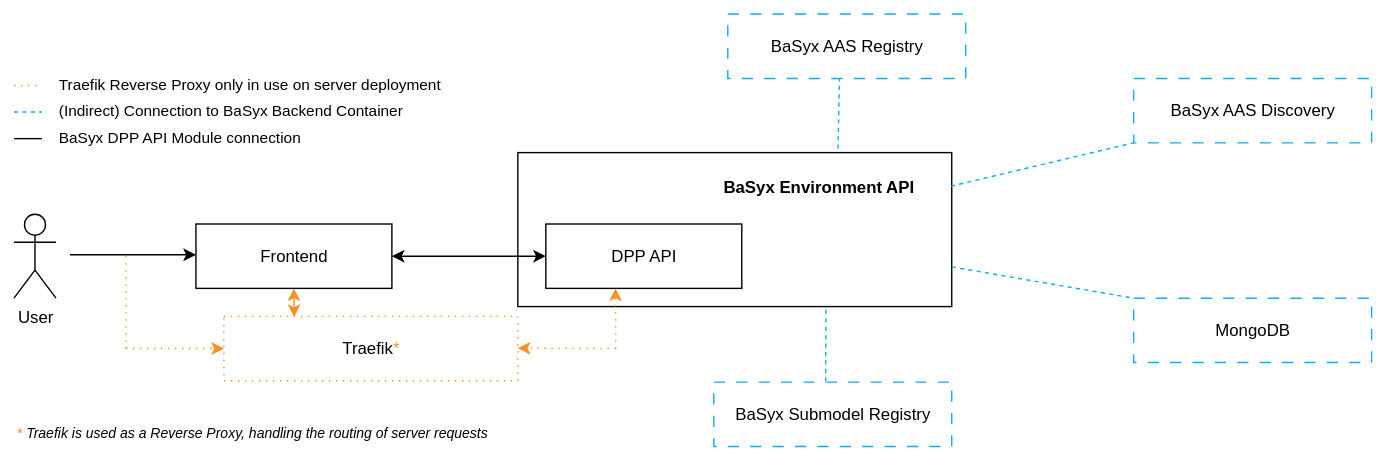
DHBW-TINF24F/Team6-BaSyx-DPP-API keeps this draw.io diagram as PROJECT/SAS/diagrams/grey-box-view/TINF24F_SAS_Team_6_Grey-Box-View_R10.drawio.svg. Above is the earlier version. Source tidied: cells renumbered, new cells last; positions are measured from the earlier drawing's top-left corner, leaving out a move shared by most shapes. The source it was exported from:
```xml
<mxGraphModel>
  <root>
    <mxCell id="0" />
    <mxCell id="1" parent="0" />
    <mxCell id="2" style="rounded=0;whiteSpace=wrap;html=1;" parent="1" vertex="1">
      <mxGeometry x="360" y="99" width="310" height="110" as="geometry" />
    </mxCell>
    <mxCell id="3" value="User" style="shape=umlActor;verticalLabelPosition=bottom;verticalAlign=top;html=1;" parent="1" vertex="1">
      <mxGeometry y="143" width="30" height="60" as="geometry" />
    </mxCell>
    <mxCell id="4" style="endArrow=classic;html=1;rounded=0;" parent="1" edge="1">
      <mxGeometry relative="1" as="geometry">
        <mxPoint x="40" y="172" as="sourcePoint" />
        <mxPoint x="130" y="172" as="targetPoint" />
      </mxGeometry>
    </mxCell>
    <mxCell id="5" value="Frontend" style="rounded=0;whiteSpace=wrap;html=1;" parent="1" vertex="1">
      <mxGeometry x="130" y="150" width="140" height="46" as="geometry" />
    </mxCell>
    <mxCell id="6" style="endArrow=classic;startArrow=classic;html=1;rounded=0;exitX=1;exitY=0.5;exitDx=0;exitDy=0;entryX=0;entryY=0.5;entryDx=0;entryDy=0;" parent="1" edge="1" source="5" target="7">
      <mxGeometry relative="1" as="geometry" />
    </mxCell>
    <mxCell id="7" value="DPP API" style="rounded=0;whiteSpace=wrap;html=1;" parent="1" vertex="1">
      <mxGeometry x="380" y="150" width="140" height="46" as="geometry" />
    </mxCell>
    <mxCell id="8" style="endArrow=none;html=1;rounded=0;shadow=0;flowAnimation=0;curved=0;jumpSize=6;dashed=1;dashPattern=1 4;strokeColor=#F59121;" parent="1" edge="1">
      <mxGeometry relative="1" as="geometry">
        <mxPoint x="80" y="239" as="sourcePoint" />
        <mxPoint x="80" y="172" as="targetPoint" />
      </mxGeometry>
    </mxCell>
    <mxCell id="9" style="endArrow=classic;html=1;rounded=0;startArrow=none;startFill=0;endFill=1;dashed=1;dashPattern=1 4;strokeColor=#F59121;" parent="1" edge="1">
      <mxGeometry relative="1" as="geometry">
        <mxPoint x="430" y="239" as="sourcePoint" />
        <mxPoint x="429.8" y="196" as="targetPoint" />
      </mxGeometry>
    </mxCell>
    <mxCell id="10" value="&lt;font style=&quot;color: rgb(0, 0, 0);&quot;&gt;Traefik&lt;/font&gt;&lt;font style=&quot;color: rgb(245, 145, 33);&quot;&gt;*&lt;/font&gt;" style="rounded=0;whiteSpace=wrap;html=1;rotation=0;dashed=1;dashPattern=1 4;strokeColor=#F59121;" parent="1" vertex="1">
      <mxGeometry x="150" y="216" width="210" height="46" as="geometry" />
    </mxCell>
    <mxCell id="11" style="endArrow=classic;html=1;rounded=0;dashed=1;dashPattern=1 4;strokeColor=#F59121;" parent="1" edge="1">
      <mxGeometry relative="1" as="geometry">
        <mxPoint x="80" y="238.9" as="sourcePoint" />
        <mxPoint x="150" y="239" as="targetPoint" />
      </mxGeometry>
    </mxCell>
    <mxCell id="12" style="endArrow=classic;html=1;rounded=0;dashed=1;dashPattern=1 4;strokeColor=#F59121;" parent="1" edge="1">
      <mxGeometry relative="1" as="geometry">
        <mxPoint x="430" y="239" as="sourcePoint" />
        <mxPoint x="360" y="238.8" as="targetPoint" />
      </mxGeometry>
    </mxCell>
    <mxCell id="13" style="endArrow=classic;startArrow=classic;html=1;rounded=0;entryX=0.5;entryY=1;entryDx=0;entryDy=0;exitX=0.239;exitY=0.01;exitDx=0;exitDy=0;exitPerimeter=0;strokeColor=#F59121;" parent="1" edge="1" source="10" target="5">
      <mxGeometry relative="1" as="geometry" />
    </mxCell>
    <mxCell id="14" style="endArrow=none;dashed=1;html=1;rounded=0;entryX=0.469;entryY=1;entryDx=0;entryDy=0;entryPerimeter=0;strokeColor=#04B1EF;exitX=0.738;exitY=-0.025;exitDx=0;exitDy=0;exitPerimeter=0;" parent="1" edge="1" source="2" target="15">
      <mxGeometry relative="1" as="geometry" />
    </mxCell>
    <mxCell id="15" value="BaSyx AAS Registry" style="rounded=0;whiteSpace=wrap;html=1;dashed=1;dashPattern=8 8;strokeColor=#04B1EF;" parent="1" vertex="1">
      <mxGeometry x="510" width="170" height="46" as="geometry" />
    </mxCell>
    <mxCell id="16" value="BaSyx AAS Discovery" style="rounded=0;whiteSpace=wrap;html=1;dashed=1;dashPattern=8 8;strokeColor=#04B1EF;" parent="1" vertex="1">
      <mxGeometry x="800" y="46" width="170" height="46" as="geometry" />
    </mxCell>
    <mxCell id="17" value="BaSyx Submodel Registry" style="rounded=0;whiteSpace=wrap;html=1;dashed=1;dashPattern=8 8;strokeColor=#04B1EF;" parent="1" vertex="1">
      <mxGeometry x="500" y="263" width="170" height="46" as="geometry" />
    </mxCell>
    <mxCell id="18" value="MongoDB" style="rounded=0;whiteSpace=wrap;html=1;dashed=1;dashPattern=8 8;strokeColor=#04B1EF;" parent="1" vertex="1">
      <mxGeometry x="800" y="203" width="170" height="46" as="geometry" />
    </mxCell>
    <mxCell id="19" style="endArrow=none;dashed=1;html=1;rounded=0;entryX=0;entryY=1;entryDx=0;entryDy=0;exitX=0.998;exitY=0.218;exitDx=0;exitDy=0;strokeColor=#04B1EF;exitPerimeter=0;" parent="1" edge="1" source="2" target="16">
      <mxGeometry relative="1" as="geometry" />
    </mxCell>
    <mxCell id="20" style="endArrow=none;dashed=1;html=1;rounded=0;entryX=0;entryY=0;entryDx=0;entryDy=0;strokeColor=#04B1EF;" parent="1" edge="1" source="2" target="18">
      <mxGeometry relative="1" as="geometry" />
    </mxCell>
    <mxCell id="21" style="endArrow=none;dashed=1;html=1;rounded=0;entryX=0.47;entryY=-0.011;entryDx=0;entryDy=0;exitX=0.71;exitY=1.022;exitDx=0;exitDy=0;entryPerimeter=0;exitPerimeter=0;strokeColor=#04B1EF;" parent="1" edge="1" source="2" target="17">
      <mxGeometry relative="1" as="geometry" />
    </mxCell>
    <mxCell id="22" style="group;" parent="1" vertex="1">
      <mxGeometry y="59" width="280" height="20" as="geometry" />
    </mxCell>
    <mxCell id="23" style="endArrow=none;dashed=1;html=1;rounded=0;strokeColor=#04B1EF;" parent="22" edge="1">
      <mxGeometry relative="1" as="geometry">
        <mxPoint y="11" as="sourcePoint" />
        <mxPoint x="20" y="11" as="targetPoint" />
      </mxGeometry>
    </mxCell>
    <mxCell id="24" value="(Indirect) Connection to BaSyx Backend Container" style="text;html=1;whiteSpace=wrap;strokeColor=none;fillColor=none;align=left;verticalAlign=middle;rounded=0;fontSize=11;" parent="22" vertex="1">
      <mxGeometry x="30" width="250" height="20" as="geometry" />
    </mxCell>
    <mxCell id="25" style="group;" parent="1" vertex="1">
      <mxGeometry y="78" width="320" height="20" as="geometry" />
    </mxCell>
    <mxCell id="26" style="endArrow=none;html=1;rounded=0;" parent="25" edge="1">
      <mxGeometry relative="1" as="geometry">
        <mxPoint y="11" as="sourcePoint" />
        <mxPoint x="20" y="11" as="targetPoint" />
      </mxGeometry>
    </mxCell>
    <mxCell id="27" value="BaSyx DPP API Module connection" style="text;html=1;whiteSpace=wrap;strokeColor=none;fillColor=none;align=left;verticalAlign=middle;rounded=0;fontSize=11;" parent="25" vertex="1">
      <mxGeometry x="30" width="290" height="20" as="geometry" />
    </mxCell>
    <mxCell id="28" value="&lt;i&gt;&lt;font style=&quot;color: rgb(245, 145, 33);&quot;&gt;*&lt;/font&gt; Traefik is used as a Reverse Proxy, handling the routing of server requests&lt;/i&gt;" style="text;html=1;whiteSpace=wrap;strokeColor=none;fillColor=none;align=left;verticalAlign=middle;rounded=0;fontSize=10;" parent="1" vertex="1">
      <mxGeometry y="289" width="380" height="20" as="geometry" />
    </mxCell>
    <mxCell id="29" style="group;" parent="1" vertex="1">
      <mxGeometry y="40" width="310" height="20" as="geometry" />
    </mxCell>
    <mxCell id="30" style="endArrow=none;dashed=1;html=1;rounded=0;dashPattern=1 4;strokeColor=#F59121;" parent="29" edge="1">
      <mxGeometry relative="1" as="geometry">
        <mxPoint y="11" as="sourcePoint" />
        <mxPoint x="20" y="11" as="targetPoint" />
      </mxGeometry>
    </mxCell>
    <mxCell id="31" value="Traefik Reverse Proxy only in use on server deployment" style="text;html=1;whiteSpace=wrap;strokeColor=none;fillColor=none;align=left;verticalAlign=middle;rounded=0;fontSize=11;" parent="29" vertex="1">
      <mxGeometry x="30" width="280" height="20" as="geometry" />
    </mxCell>
    <mxCell id="32" value="BaSyx Environment API" style="text;html=1;whiteSpace=wrap;strokeColor=none;fillColor=none;align=center;verticalAlign=middle;rounded=0;fontStyle=1;" parent="1" vertex="1">
      <mxGeometry x="490" y="109" width="170" height="30" as="geometry" />
    </mxCell>
  </root>
</mxGraphModel>
```
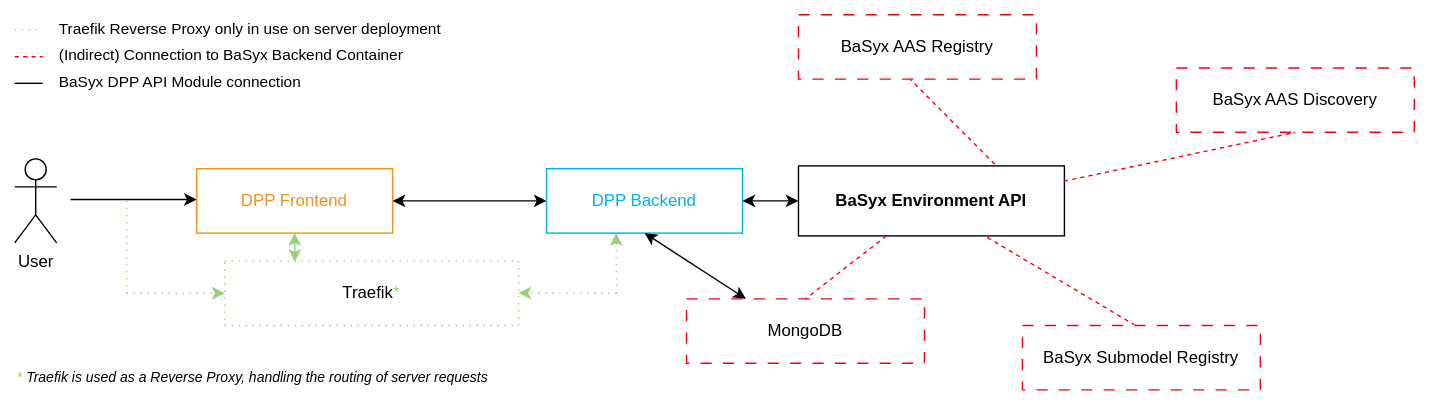
The same diagram one commit later.

Change to the diagram source:
```diff
@@ -3,7 +3,7 @@
     <mxCell id="0" />
     <mxCell id="1" parent="0" />
     <mxCell id="2" style="rounded=0;whiteSpace=wrap;html=1;" parent="1" vertex="1">
-      <mxGeometry x="360" y="99" width="310" height="110" as="geometry" />
+      <mxGeometry x="560" y="148" width="190" height="50" as="geometry" />
     </mxCell>
     <mxCell id="3" value="User" style="shape=umlActor;verticalLabelPosition=bottom;verticalAlign=top;html=1;" parent="1" vertex="1">
       <mxGeometry y="143" width="30" height="60" as="geometry" />
@@ -14,73 +14,73 @@
         <mxPoint x="130" y="172" as="targetPoint" />
       </mxGeometry>
     </mxCell>
-    <mxCell id="5" value="Frontend" style="rounded=0;whiteSpace=wrap;html=1;" parent="1" vertex="1">
+    <mxCell id="5" value="&lt;font style=&quot;color: rgb(245, 145, 33);&quot;&gt;DPP Frontend&lt;/font&gt;" style="rounded=0;whiteSpace=wrap;html=1;strokeColor=#F59121;" parent="1" vertex="1">
       <mxGeometry x="130" y="150" width="140" height="46" as="geometry" />
     </mxCell>
     <mxCell id="6" style="endArrow=classic;startArrow=classic;html=1;rounded=0;exitX=1;exitY=0.5;exitDx=0;exitDy=0;entryX=0;entryY=0.5;entryDx=0;entryDy=0;" parent="1" edge="1" source="5" target="7">
       <mxGeometry relative="1" as="geometry" />
     </mxCell>
-    <mxCell id="7" value="DPP API" style="rounded=0;whiteSpace=wrap;html=1;" parent="1" vertex="1">
+    <mxCell id="7" value="&lt;font style=&quot;color: rgb(4, 177, 239);&quot;&gt;DPP Backend&lt;/font&gt;" style="rounded=0;whiteSpace=wrap;html=1;strokeColor=#04B1EF;" parent="1" vertex="1">
       <mxGeometry x="380" y="150" width="140" height="46" as="geometry" />
     </mxCell>
-    <mxCell id="8" style="endArrow=none;html=1;rounded=0;shadow=0;flowAnimation=0;curved=0;jumpSize=6;dashed=1;dashPattern=1 4;strokeColor=#F59121;" parent="1" edge="1">
+    <mxCell id="8" style="endArrow=none;html=1;rounded=0;shadow=0;flowAnimation=0;curved=0;jumpSize=6;dashed=1;dashPattern=1 4;strokeColor=#97D077;" parent="1" edge="1">
       <mxGeometry relative="1" as="geometry">
         <mxPoint x="80" y="239" as="sourcePoint" />
         <mxPoint x="80" y="172" as="targetPoint" />
       </mxGeometry>
     </mxCell>
-    <mxCell id="9" style="endArrow=classic;html=1;rounded=0;startArrow=none;startFill=0;endFill=1;dashed=1;dashPattern=1 4;strokeColor=#F59121;" parent="1" edge="1">
+    <mxCell id="9" style="endArrow=classic;html=1;rounded=0;startArrow=none;startFill=0;endFill=1;dashed=1;dashPattern=1 4;strokeColor=#97D077;" parent="1" edge="1">
       <mxGeometry relative="1" as="geometry">
         <mxPoint x="430" y="239" as="sourcePoint" />
         <mxPoint x="429.8" y="196" as="targetPoint" />
       </mxGeometry>
     </mxCell>
-    <mxCell id="10" value="&lt;font style=&quot;color: rgb(0, 0, 0);&quot;&gt;Traefik&lt;/font&gt;&lt;font style=&quot;color: rgb(245, 145, 33);&quot;&gt;*&lt;/font&gt;" style="rounded=0;whiteSpace=wrap;html=1;rotation=0;dashed=1;dashPattern=1 4;strokeColor=#F59121;" parent="1" vertex="1">
+    <mxCell id="10" value="&lt;font style=&quot;color: rgb(0, 0, 0);&quot;&gt;Traefik&lt;/font&gt;&lt;font style=&quot;color: rgb(151, 208, 119);&quot;&gt;*&lt;/font&gt;" style="rounded=0;whiteSpace=wrap;html=1;rotation=0;dashed=1;dashPattern=1 4;strokeColor=#97D077;" parent="1" vertex="1">
       <mxGeometry x="150" y="216" width="210" height="46" as="geometry" />
     </mxCell>
-    <mxCell id="11" style="endArrow=classic;html=1;rounded=0;dashed=1;dashPattern=1 4;strokeColor=#F59121;" parent="1" edge="1">
+    <mxCell id="11" style="endArrow=classic;html=1;rounded=0;dashed=1;dashPattern=1 4;strokeColor=#97D077;" parent="1" edge="1">
       <mxGeometry relative="1" as="geometry">
         <mxPoint x="80" y="238.9" as="sourcePoint" />
         <mxPoint x="150" y="239" as="targetPoint" />
       </mxGeometry>
     </mxCell>
-    <mxCell id="12" style="endArrow=classic;html=1;rounded=0;dashed=1;dashPattern=1 4;strokeColor=#F59121;" parent="1" edge="1">
+    <mxCell id="12" style="endArrow=classic;html=1;rounded=0;dashed=1;dashPattern=1 4;strokeColor=#97D077;" parent="1" edge="1">
       <mxGeometry relative="1" as="geometry">
         <mxPoint x="430" y="239" as="sourcePoint" />
         <mxPoint x="360" y="238.8" as="targetPoint" />
       </mxGeometry>
     </mxCell>
-    <mxCell id="13" style="endArrow=classic;startArrow=classic;html=1;rounded=0;entryX=0.5;entryY=1;entryDx=0;entryDy=0;exitX=0.239;exitY=0.01;exitDx=0;exitDy=0;exitPerimeter=0;strokeColor=#F59121;" parent="1" edge="1" source="10" target="5">
+    <mxCell id="13" style="endArrow=classic;startArrow=classic;html=1;rounded=0;entryX=0.5;entryY=1;entryDx=0;entryDy=0;exitX=0.239;exitY=0.01;exitDx=0;exitDy=0;exitPerimeter=0;strokeColor=#97D077;" parent="1" edge="1" source="10" target="5">
       <mxGeometry relative="1" as="geometry" />
     </mxCell>
-    <mxCell id="14" style="endArrow=none;dashed=1;html=1;rounded=0;entryX=0.469;entryY=1;entryDx=0;entryDy=0;entryPerimeter=0;strokeColor=#04B1EF;exitX=0.738;exitY=-0.025;exitDx=0;exitDy=0;exitPerimeter=0;" parent="1" edge="1" source="2" target="15">
+    <mxCell id="14" style="endArrow=none;dashed=1;html=1;rounded=0;entryX=0.469;entryY=1;entryDx=0;entryDy=0;entryPerimeter=0;strokeColor=#F60013;exitX=0.738;exitY=-0.025;exitDx=0;exitDy=0;exitPerimeter=0;" parent="1" edge="1" source="2" target="15">
       <mxGeometry relative="1" as="geometry" />
     </mxCell>
-    <mxCell id="15" value="BaSyx AAS Registry" style="rounded=0;whiteSpace=wrap;html=1;dashed=1;dashPattern=8 8;strokeColor=#04B1EF;" parent="1" vertex="1">
-      <mxGeometry x="510" width="170" height="46" as="geometry" />
+    <mxCell id="15" value="BaSyx AAS Registry" style="rounded=0;whiteSpace=wrap;html=1;dashed=1;dashPattern=8 8;strokeColor=#F60013;" parent="1" vertex="1">
+      <mxGeometry x="560" y="40" width="170" height="46" as="geometry" />
     </mxCell>
-    <mxCell id="16" value="BaSyx AAS Discovery" style="rounded=0;whiteSpace=wrap;html=1;dashed=1;dashPattern=8 8;strokeColor=#04B1EF;" parent="1" vertex="1">
-      <mxGeometry x="800" y="46" width="170" height="46" as="geometry" />
+    <mxCell id="16" value="BaSyx AAS Discovery" style="rounded=0;whiteSpace=wrap;html=1;dashed=1;dashPattern=8 8;strokeColor=#F60013;" parent="1" vertex="1">
+      <mxGeometry x="830" y="78" width="170" height="46" as="geometry" />
     </mxCell>
-    <mxCell id="17" value="BaSyx Submodel Registry" style="rounded=0;whiteSpace=wrap;html=1;dashed=1;dashPattern=8 8;strokeColor=#04B1EF;" parent="1" vertex="1">
-      <mxGeometry x="500" y="263" width="170" height="46" as="geometry" />
+    <mxCell id="17" value="BaSyx Submodel Registry" style="rounded=0;whiteSpace=wrap;html=1;dashed=1;dashPattern=8 8;strokeColor=#F60013;" parent="1" vertex="1">
+      <mxGeometry x="720" y="262" width="170" height="46" as="geometry" />
     </mxCell>
-    <mxCell id="18" value="MongoDB" style="rounded=0;whiteSpace=wrap;html=1;dashed=1;dashPattern=8 8;strokeColor=#04B1EF;" parent="1" vertex="1">
-      <mxGeometry x="800" y="203" width="170" height="46" as="geometry" />
+    <mxCell id="18" value="MongoDB" style="rounded=0;whiteSpace=wrap;html=1;dashed=1;dashPattern=8 8;strokeColor=#F60013;" parent="1" vertex="1">
+      <mxGeometry x="480" y="243" width="170" height="46" as="geometry" />
     </mxCell>
-    <mxCell id="19" style="endArrow=none;dashed=1;html=1;rounded=0;entryX=0;entryY=1;entryDx=0;entryDy=0;exitX=0.998;exitY=0.218;exitDx=0;exitDy=0;strokeColor=#04B1EF;exitPerimeter=0;" parent="1" edge="1" source="2" target="16">
+    <mxCell id="19" style="endArrow=none;dashed=1;html=1;rounded=0;entryX=0.5;entryY=1;entryDx=0;entryDy=0;exitX=0.998;exitY=0.218;exitDx=0;exitDy=0;strokeColor=#F60013;exitPerimeter=0;" parent="1" edge="1" source="2" target="16">
       <mxGeometry relative="1" as="geometry" />
     </mxCell>
-    <mxCell id="20" style="endArrow=none;dashed=1;html=1;rounded=0;entryX=0;entryY=0;entryDx=0;entryDy=0;strokeColor=#04B1EF;" parent="1" edge="1" source="2" target="18">
+    <mxCell id="20" style="endArrow=none;dashed=1;html=1;rounded=0;entryX=0.5;entryY=0;entryDx=0;entryDy=0;strokeColor=#F60013;" parent="1" edge="1" source="2" target="18">
       <mxGeometry relative="1" as="geometry" />
     </mxCell>
-    <mxCell id="21" style="endArrow=none;dashed=1;html=1;rounded=0;entryX=0.47;entryY=-0.011;entryDx=0;entryDy=0;exitX=0.71;exitY=1.022;exitDx=0;exitDy=0;entryPerimeter=0;exitPerimeter=0;strokeColor=#04B1EF;" parent="1" edge="1" source="2" target="17">
+    <mxCell id="21" style="endArrow=none;dashed=1;html=1;rounded=0;entryX=0.47;entryY=-0.011;entryDx=0;entryDy=0;exitX=0.71;exitY=1.022;exitDx=0;exitDy=0;entryPerimeter=0;exitPerimeter=0;strokeColor=#F60013;" parent="1" edge="1" source="2" target="17">
       <mxGeometry relative="1" as="geometry" />
     </mxCell>
     <mxCell id="22" style="group;" parent="1" vertex="1">
       <mxGeometry y="59" width="280" height="20" as="geometry" />
     </mxCell>
-    <mxCell id="23" style="endArrow=none;dashed=1;html=1;rounded=0;strokeColor=#04B1EF;" parent="22" edge="1">
+    <mxCell id="23" style="endArrow=none;dashed=1;html=1;rounded=0;strokeColor=#F60013;" parent="22" edge="1">
       <mxGeometry relative="1" as="geometry">
         <mxPoint y="11" as="sourcePoint" />
         <mxPoint x="20" y="11" as="targetPoint" />
@@ -101,13 +101,13 @@
     <mxCell id="27" value="BaSyx DPP API Module connection" style="text;html=1;whiteSpace=wrap;strokeColor=none;fillColor=none;align=left;verticalAlign=middle;rounded=0;fontSize=11;" parent="25" vertex="1">
       <mxGeometry x="30" width="290" height="20" as="geometry" />
     </mxCell>
-    <mxCell id="28" value="&lt;i&gt;&lt;font style=&quot;color: rgb(245, 145, 33);&quot;&gt;*&lt;/font&gt; Traefik is used as a Reverse Proxy, handling the routing of server requests&lt;/i&gt;" style="text;html=1;whiteSpace=wrap;strokeColor=none;fillColor=none;align=left;verticalAlign=middle;rounded=0;fontSize=10;" parent="1" vertex="1">
+    <mxCell id="28" value="&lt;i&gt;&lt;font style=&quot;color: rgb(151, 208, 119);&quot;&gt;*&lt;/font&gt; Traefik is used as a Reverse Proxy, handling the routing of server requests&lt;/i&gt;" style="text;html=1;whiteSpace=wrap;strokeColor=none;fillColor=none;align=left;verticalAlign=middle;rounded=0;fontSize=10;" parent="1" vertex="1">
       <mxGeometry y="289" width="380" height="20" as="geometry" />
     </mxCell>
     <mxCell id="29" style="group;" parent="1" vertex="1">
       <mxGeometry y="40" width="310" height="20" as="geometry" />
     </mxCell>
-    <mxCell id="30" style="endArrow=none;dashed=1;html=1;rounded=0;dashPattern=1 4;strokeColor=#F59121;" parent="29" edge="1">
+    <mxCell id="30" style="endArrow=none;dashed=1;html=1;rounded=0;dashPattern=1 4;strokeColor=#97D077;" parent="29" edge="1">
       <mxGeometry relative="1" as="geometry">
         <mxPoint y="11" as="sourcePoint" />
         <mxPoint x="20" y="11" as="targetPoint" />
@@ -117,7 +117,13 @@
       <mxGeometry x="30" width="280" height="20" as="geometry" />
     </mxCell>
     <mxCell id="32" value="BaSyx Environment API" style="text;html=1;whiteSpace=wrap;strokeColor=none;fillColor=none;align=center;verticalAlign=middle;rounded=0;fontStyle=1;" parent="1" vertex="1">
-      <mxGeometry x="490" y="109" width="170" height="30" as="geometry" />
+      <mxGeometry x="570" y="158" width="170" height="30" as="geometry" />
     </mxCell>
+    <mxCell id="33" style="endArrow=classic;startArrow=classic;html=1;rounded=0;entryX=0;entryY=0.5;entryDx=0;entryDy=0;exitX=1;exitY=0.5;exitDx=0;exitDy=0;" parent="1" edge="1" source="7" target="2">
+      <mxGeometry relative="1" as="geometry" />
+    </mxCell>
+    <mxCell id="34" style="endArrow=classic;startArrow=classic;html=1;rounded=0;entryX=0.25;entryY=0;entryDx=0;entryDy=0;exitX=0.5;exitY=1;exitDx=0;exitDy=0;" parent="1" edge="1" source="7" target="18">
+      <mxGeometry relative="1" as="geometry" />
+    </mxCell>
   </root>
 </mxGraphModel>
```
